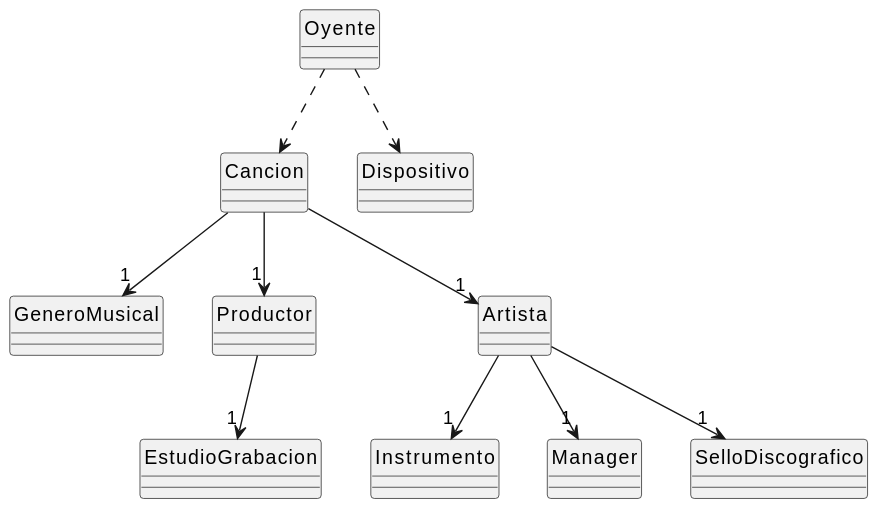
This is entregas/AndersonLiam/modeloUML/ecosistema_musical.svg from mmasias/25-26-IDSW2, a PlantUML export, as it was before one commit. Source of this version:
```plantuml
@startuml
skinparam style strictuml

class GeneroMusical
class Instrumento
class Productor
class Artista
class Cancion
class Dispositivo
class Oyente
class Manager
class SelloDiscografico
class EstudioGrabacion

Artista --> "1" Instrumento
Artista --> "1" Manager
Artista --> "1" SelloDiscografico

Productor --> "1" EstudioGrabacion

Cancion --> "1" Artista
Cancion --> "1" Productor
Cancion --> "1" GeneroMusical

Oyente ..> Cancion
Oyente ..> Dispositivo
@enduml
```
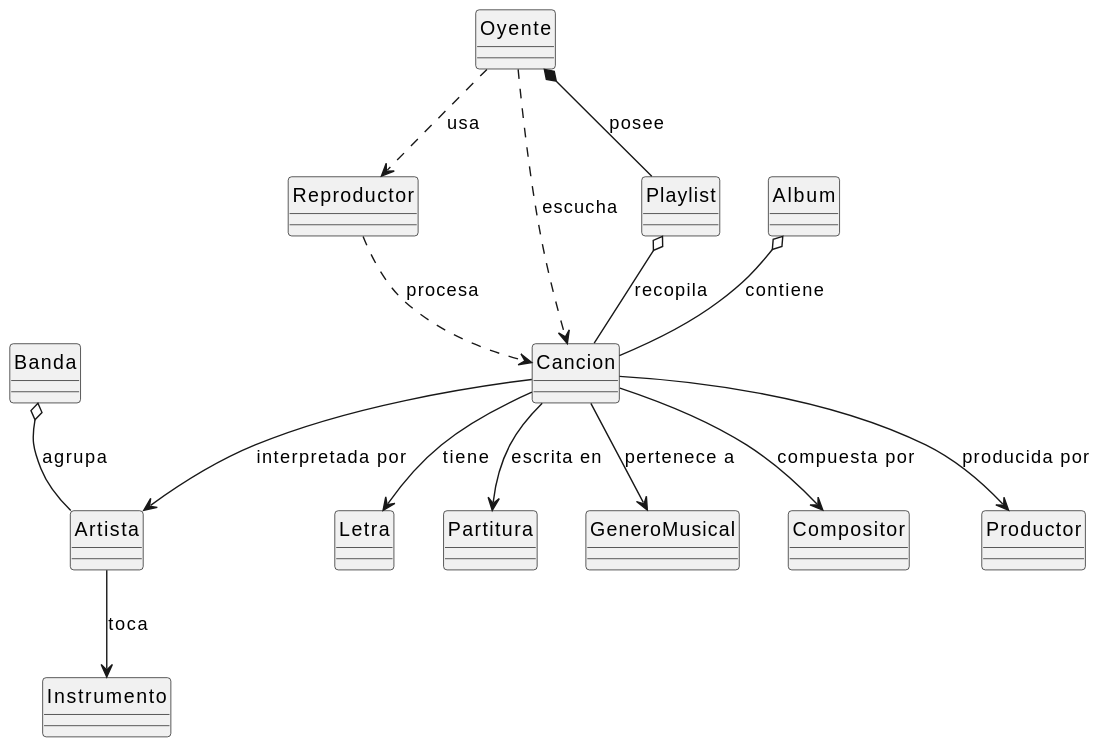
The same diagram one commit later.

What changed in the source:
```diff
@@ -1,27 +1,36 @@
 @startuml
 skinparam style strictuml
+skinparam classAttributeIconSize 0
 
+class Letra
+class Partitura
 class GeneroMusical
+class Compositor
+class Productor
 class Instrumento
-class Productor
+class Reproductor
+class Banda
 class Artista
 class Cancion
-class Dispositivo
+class Album
+class Playlist
 class Oyente
-class Manager
-class SelloDiscografico
-class EstudioGrabacion
 
-Artista --> "1" Instrumento
-Artista --> "1" Manager
-Artista --> "1" SelloDiscografico
+Banda o-- Artista : agrupa
+Album o-- Cancion : contiene
+Playlist o-- Cancion : recopila
 
-Productor --> "1" EstudioGrabacion
+Oyente *-- Playlist : posee
 
-Cancion --> "1" Artista
-Cancion --> "1" Productor
-Cancion --> "1" GeneroMusical
+Artista --> Instrumento : toca
+Cancion --> Letra : tiene
+Cancion --> Partitura : escrita en
+Cancion --> GeneroMusical : pertenece a
+Cancion --> Compositor : compuesta por
+Cancion --> Productor : producida por
+Cancion --> Artista : interpretada por
 
-Oyente ..> Cancion
-Oyente ..> Dispositivo
+Oyente ..> Cancion : escucha
+Oyente ..> Reproductor : usa
+Reproductor ..> Cancion : procesa
 @enduml
```
